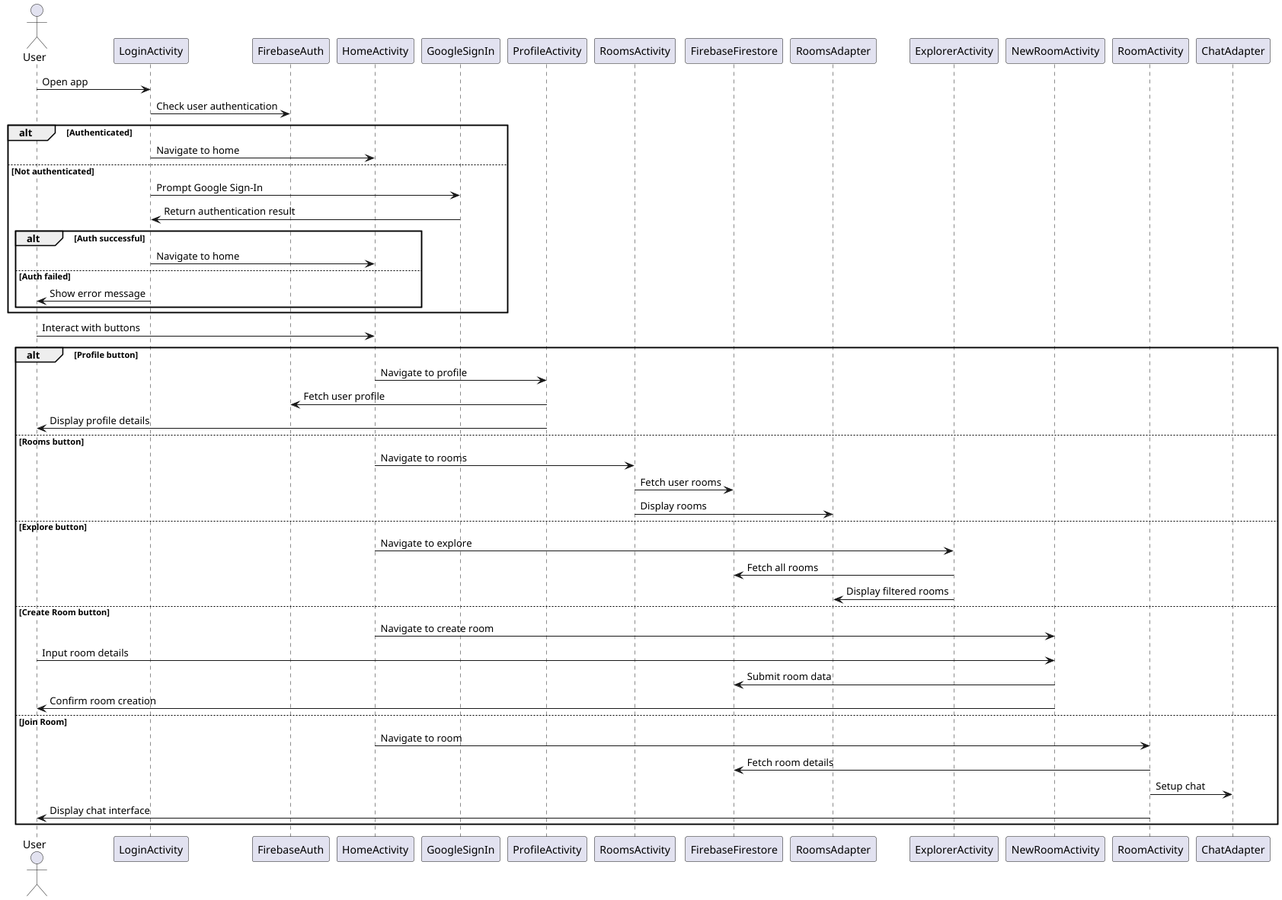
Before: app/src/Diagrams/Sequence_Diagram.png, a diagram exported from PlantUML (Sibo523/BetterTogether). Source of this version:
```plantuml
@startuml
actor User

User -> LoginActivity : Open app
LoginActivity -> FirebaseAuth : Check user authentication
alt Authenticated
    LoginActivity -> HomeActivity : Navigate to home
else Not authenticated
    LoginActivity -> GoogleSignIn : Prompt Google Sign-In
    GoogleSignIn -> LoginActivity : Return authentication result
    alt Auth successful
        LoginActivity -> HomeActivity : Navigate to home
    else Auth failed
        LoginActivity -> User : Show error message
    end
end

User -> HomeActivity : Interact with buttons
alt Profile button
    HomeActivity -> ProfileActivity : Navigate to profile
    ProfileActivity -> FirebaseAuth : Fetch user profile
    ProfileActivity -> User : Display profile details
else Rooms button
    HomeActivity -> RoomsActivity : Navigate to rooms
    RoomsActivity -> FirebaseFirestore : Fetch user rooms
    RoomsActivity -> RoomsAdapter : Display rooms
else Explore button
    HomeActivity -> ExplorerActivity : Navigate to explore
    ExplorerActivity -> FirebaseFirestore : Fetch all rooms
    ExplorerActivity -> RoomsAdapter : Display filtered rooms
else Create Room button
    HomeActivity -> NewRoomActivity : Navigate to create room
    User -> NewRoomActivity : Input room details
    NewRoomActivity -> FirebaseFirestore : Submit room data
    NewRoomActivity -> User : Confirm room creation
else Join Room
    HomeActivity -> RoomActivity : Navigate to room
    RoomActivity -> FirebaseFirestore : Fetch room details
    RoomActivity -> ChatAdapter : Setup chat
    RoomActivity -> User : Display chat interface
end

@enduml
```
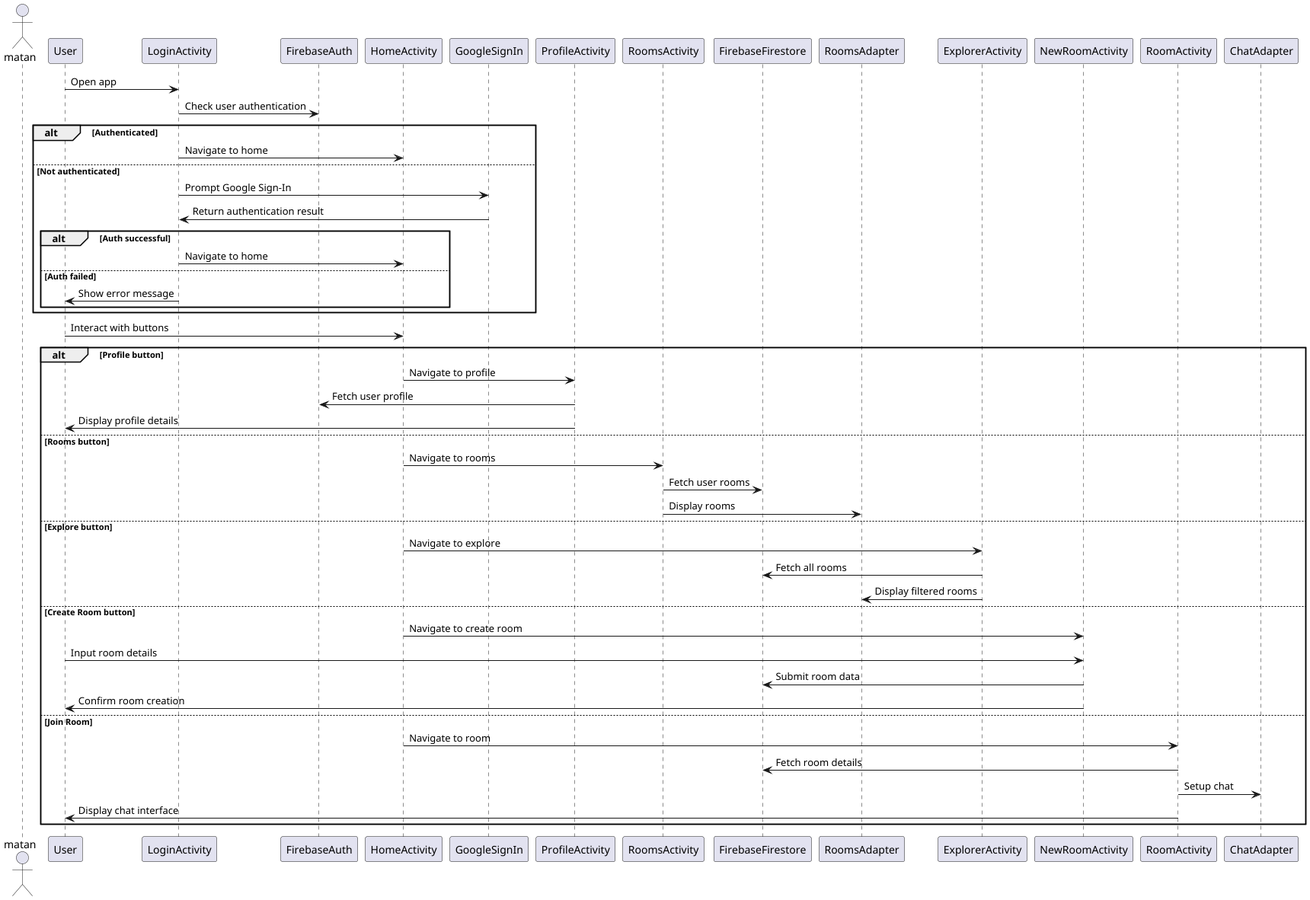
After the commit.

Commit message:
for matan diagrams

Change to the diagram source:
```diff
@@ -1,5 +1,5 @@
 @startuml
-actor User
+actor matan
 
 User -> LoginActivity : Open app
 LoginActivity -> FirebaseAuth : Check user authentication
```
